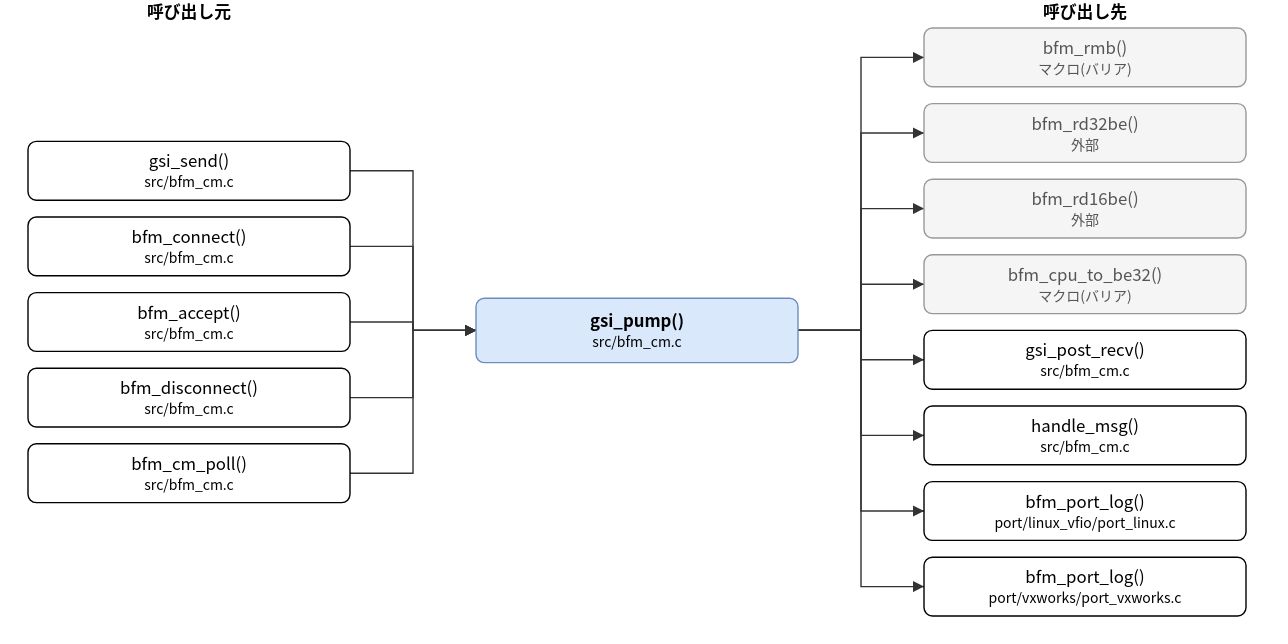
Above: doc/spec/images/call_src_bfm_cm-gsi_pump.drawio.svg in hf355051012-ai/bfmem (draw.io), before the change. Source tidied: cells renumbered, new cells last; positions are measured from the earlier drawing's top-left corner, leaving out a move shared by most shapes.
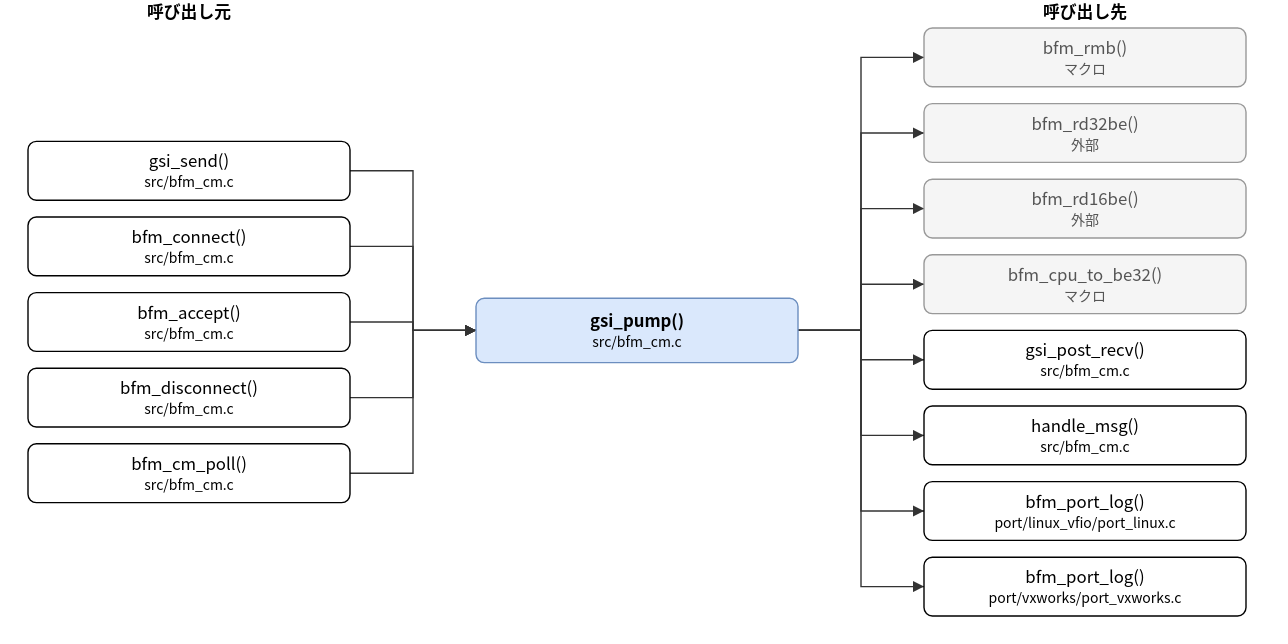
After the commit.

What changed in the source:
```diff
@@ -20,7 +20,7 @@
     <mxCell id="7" value="bfm_cm_poll()&lt;br&gt;&lt;font style=&quot;font-size:10px&quot;&gt;src/bfm_cm.c&lt;/font&gt;" style="rounded=1;whiteSpace=wrap;html=1;" parent="1" vertex="1">
       <mxGeometry y="317" width="230" height="42" as="geometry" />
     </mxCell>
-    <mxCell id="8" value="bfm_rmb()&lt;br&gt;&lt;font style=&quot;font-size:10px&quot;&gt;マクロ(バリア)&lt;/font&gt;" style="rounded=1;whiteSpace=wrap;html=1;fillColor=#f5f5f5;strokeColor=#999999;fontColor=#555555;" parent="1" vertex="1">
+    <mxCell id="8" value="bfm_rmb()&lt;br&gt;&lt;font style=&quot;font-size:10px&quot;&gt;マクロ&lt;/font&gt;" style="rounded=1;whiteSpace=wrap;html=1;fillColor=#f5f5f5;strokeColor=#999999;fontColor=#555555;" parent="1" vertex="1">
       <mxGeometry x="640" y="20" width="230" height="42" as="geometry" />
     </mxCell>
     <mxCell id="9" value="bfm_rd32be()&lt;br&gt;&lt;font style=&quot;font-size:10px&quot;&gt;外部&lt;/font&gt;" style="rounded=1;whiteSpace=wrap;html=1;fillColor=#f5f5f5;strokeColor=#999999;fontColor=#555555;" parent="1" vertex="1">
@@ -29,7 +29,7 @@
     <mxCell id="10" value="bfm_rd16be()&lt;br&gt;&lt;font style=&quot;font-size:10px&quot;&gt;外部&lt;/font&gt;" style="rounded=1;whiteSpace=wrap;html=1;fillColor=#f5f5f5;strokeColor=#999999;fontColor=#555555;" parent="1" vertex="1">
       <mxGeometry x="640" y="128" width="230" height="42" as="geometry" />
     </mxCell>
-    <mxCell id="11" value="bfm_cpu_to_be32()&lt;br&gt;&lt;font style=&quot;font-size:10px&quot;&gt;マクロ(バリア)&lt;/font&gt;" style="rounded=1;whiteSpace=wrap;html=1;fillColor=#f5f5f5;strokeColor=#999999;fontColor=#555555;" parent="1" vertex="1">
+    <mxCell id="11" value="bfm_cpu_to_be32()&lt;br&gt;&lt;font style=&quot;font-size:10px&quot;&gt;マクロ&lt;/font&gt;" style="rounded=1;whiteSpace=wrap;html=1;fillColor=#f5f5f5;strokeColor=#999999;fontColor=#555555;" parent="1" vertex="1">
       <mxGeometry x="640" y="182" width="230" height="42" as="geometry" />
     </mxCell>
     <mxCell id="12" value="gsi_post_recv()&lt;br&gt;&lt;font style=&quot;font-size:10px&quot;&gt;src/bfm_cm.c&lt;/font&gt;" style="rounded=1;whiteSpace=wrap;html=1;" parent="1" vertex="1">
```
